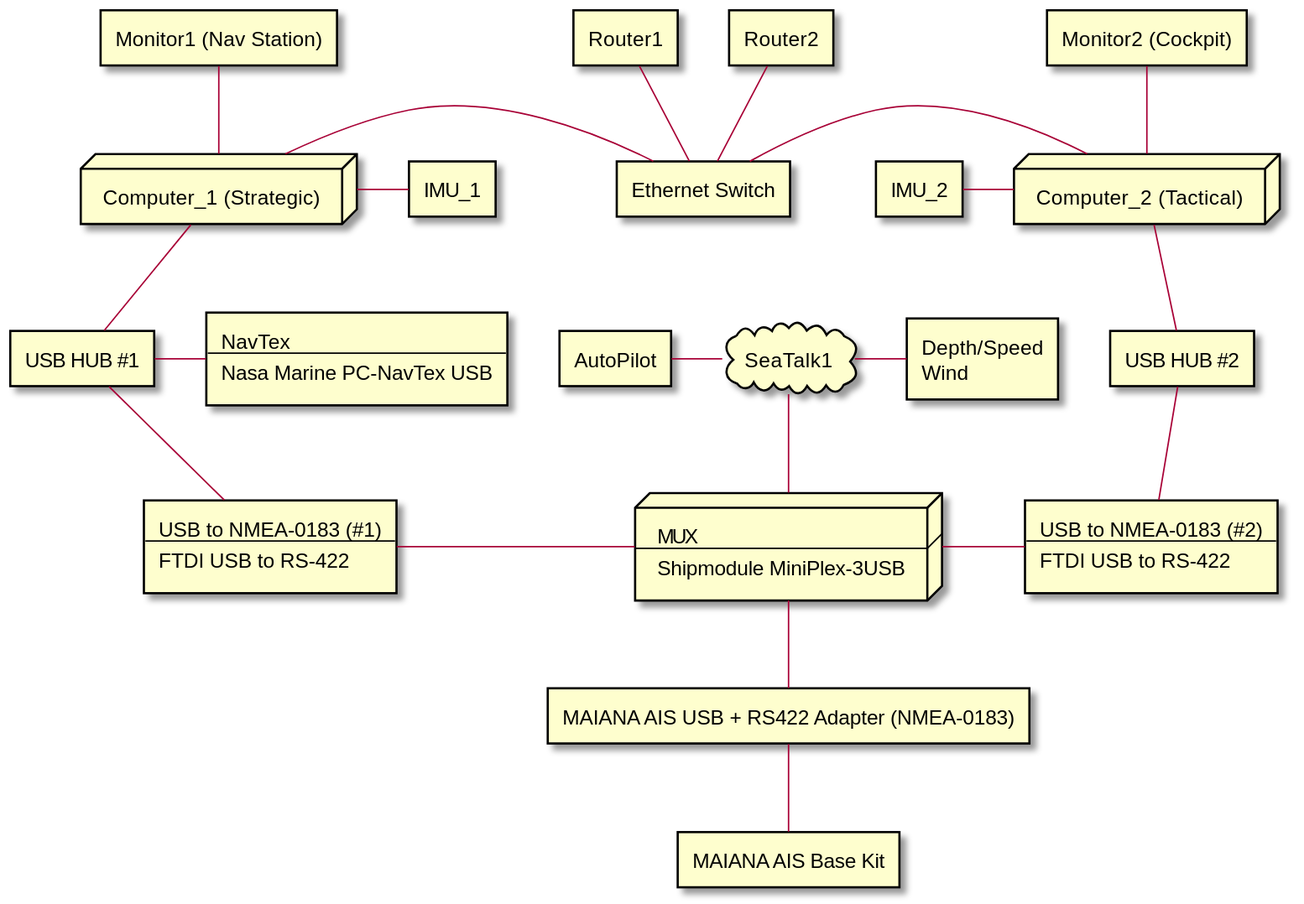
Before: docs/images/two_comp_arch.svg, a diagram exported from PlantUML (SY-Alcazar/SY-Alcazar). The source it was exported from:
```plantuml
@startuml

rectangle AIS [
 MAIANA AIS Base Kit
]

rectangle AIS_to_NMEA [
 MAIANA AIS USB + RS422 Adapter (NMEA-0183)
]

node MUX [
 MUX
 ----
 Shipmodule MiniPlex-3USB
]

node comp1 [
 Computer_1 (Strategic)
]

node comp2 [
 Computer_2 (Tactical)
]

rectangle usb_hub1 [
 USB HUB #1
]

rectangle usb_hub2 [
 USB HUB #2
]


rectangle router1 [
 Router1
]

rectangle router2 [
 Router2
]

rectangle Eth_switch [
 Ethernet Switch
]

rectangle mon1 [
 Monitor1 (Nav Station)
]

rectangle mon2 [
 Monitor2 (Cockpit)
]

rectangle USB_to_Serial1 [
 USB to NMEA-0183 (#1)
 ----
 FTDI USB to RS-422
]

rectangle USB_to_Serial2 [
 USB to NMEA-0183 (#2)
 ----
 FTDI USB to RS-422
]

cloud seatalk [
 SeaTalk1
]

rectangle instr [
 Depth/Speed
 Wind
]

rectangle AP [
 AutoPilot
]

rectangle IMU1 [
 IMU_1
]

rectangle IMU2 [
 IMU_2
]

rectangle NavTex [
 NavTex
 ----
 Nasa Marine PC-NavTex USB
]

AIS -u- AIS_to_NMEA

MUX -- AIS_to_NMEA
MUX -l- USB_to_Serial1
MUX -r- USB_to_Serial2
MUX -u- seatalk

seatalk -r- instr
seatalk -l- AP

comp1 -u- mon1
comp2 -u- mon2

comp1 -r- IMU1
comp2 -l- IMU2

usb_hub1 -r- NavTex

comp1 -d- usb_hub1
comp2 -d- usb_hub2

usb_hub1 -- USB_to_Serial1
usb_hub2 -- USB_to_Serial2

Eth_switch -u- router2
Eth_switch -u- router1

Eth_switch -l- comp1
Eth_switch -r- comp2

@enduml
```
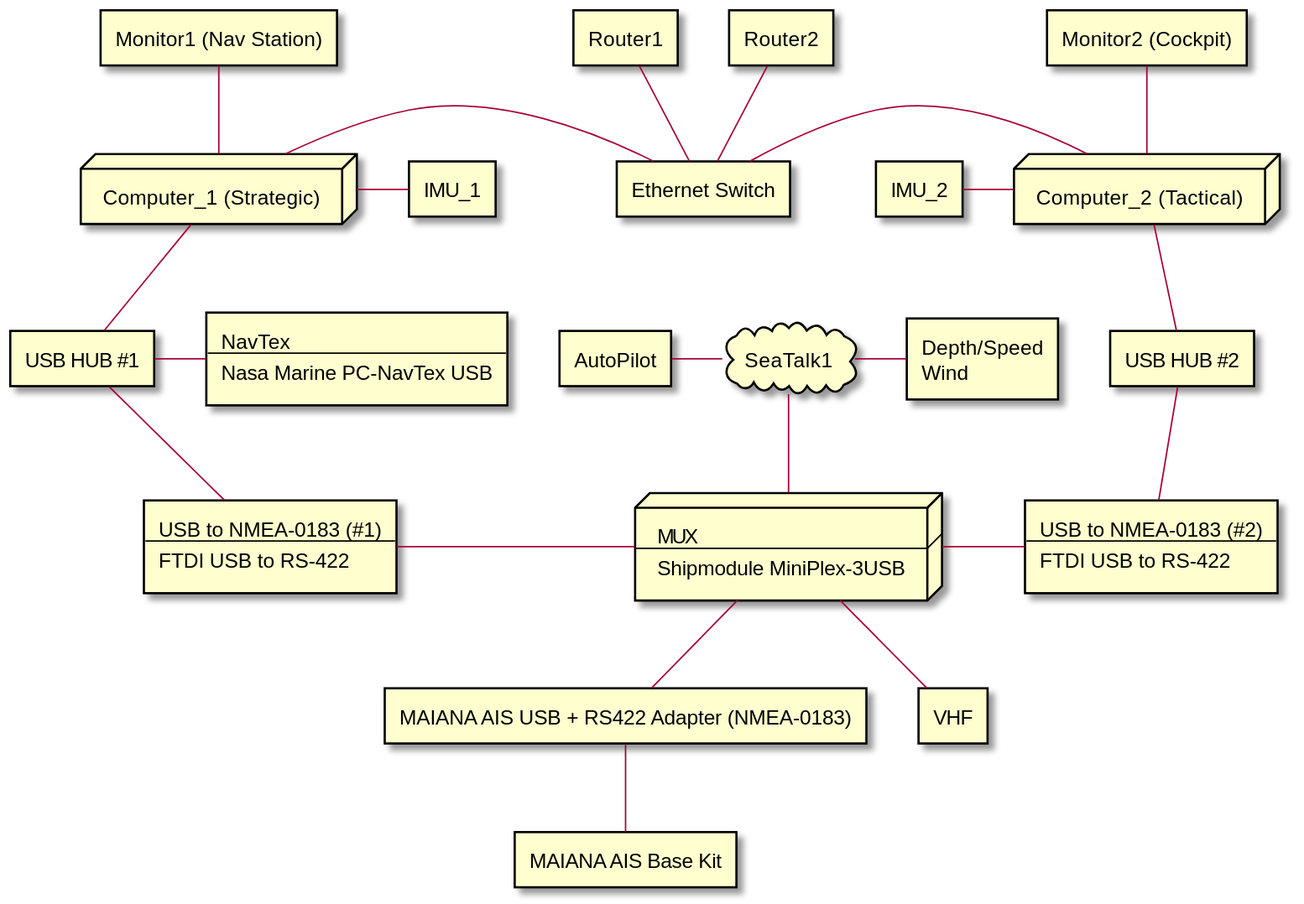
The same diagram one commit later.

Commit message:
two comp arch vhf

What changed in the source:
```diff
@@ -84,6 +84,10 @@
  IMU_2
 ]
 
+rectangle VHF [
+ VHF
+]
+
 rectangle NavTex [
  NavTex
  ----
@@ -96,6 +100,7 @@
 MUX -l- USB_to_Serial1
 MUX -r- USB_to_Serial2
 MUX -u- seatalk
+MUX -- VHF
 
 seatalk -r- instr
 seatalk -l- AP
```
